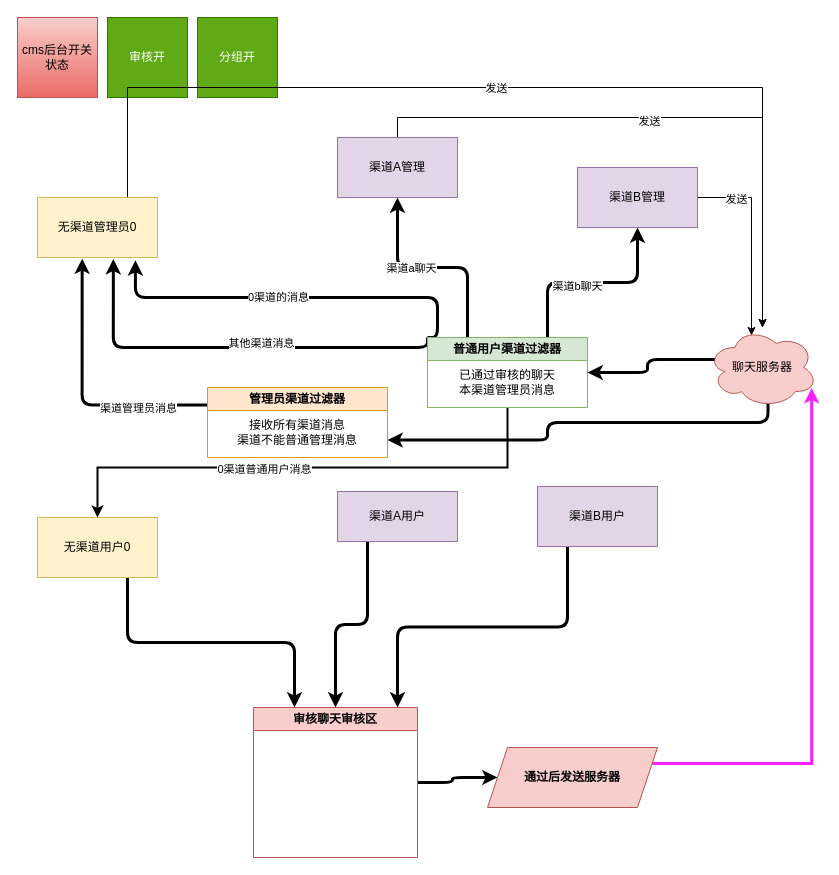
The draw.io diagram page "渠道开+审核开" (1 of 3) of 渠道关闭+审核开启.drawio in mark0758/ajax, before the edit. Source tidied: cells renumbered, new cells numbered last; positions are measured from the earlier drawing's top-left corner, leaving out a move shared by most shapes. Both pictures are drawn from the tidied source at 100%, with x=0, y=0 at pixel (17, 17).
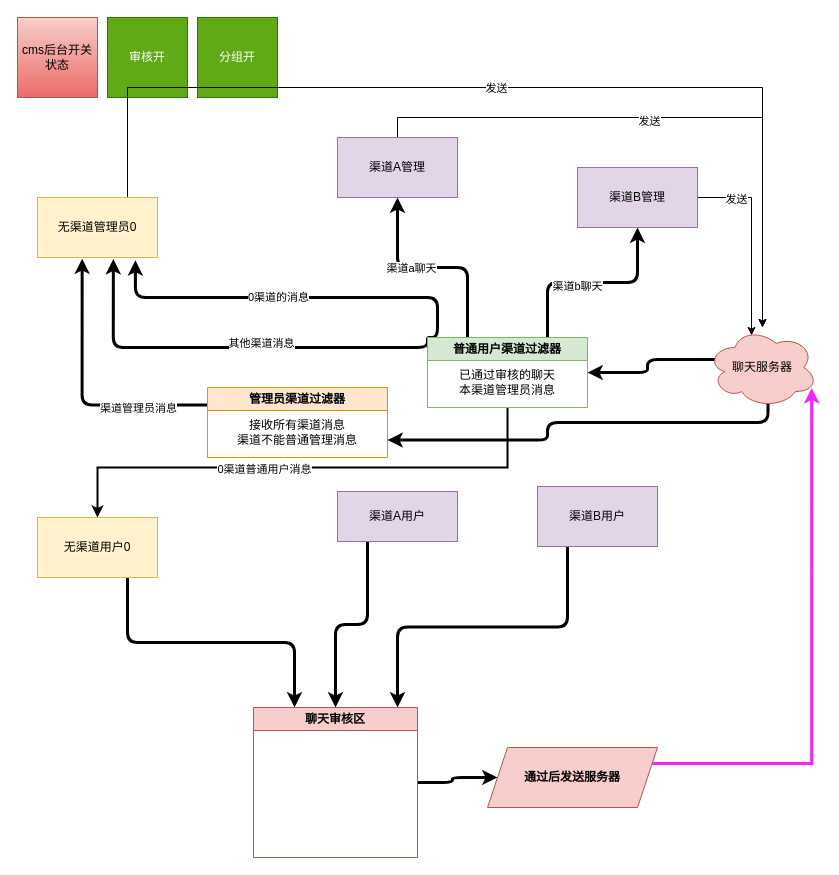
The same diagram, later.

The edit, as a diff of the source:
```diff
@@
-    <mxCell id="32" value="审核聊天审核区" style="swimlane;whiteSpace=wrap;html=1;fillColor=#f8cecc;strokeColor=#b85450;" parent="1" vertex="1">
+    <mxCell id="32" value="聊天审核区" style="swimlane;whiteSpace=wrap;html=1;fillColor=#f8cecc;strokeColor=#b85450;" parent="1" vertex="1">
       <mxGeometry x="236" y="690" width="164" height="150" as="geometry" />
     </mxCell>
```
